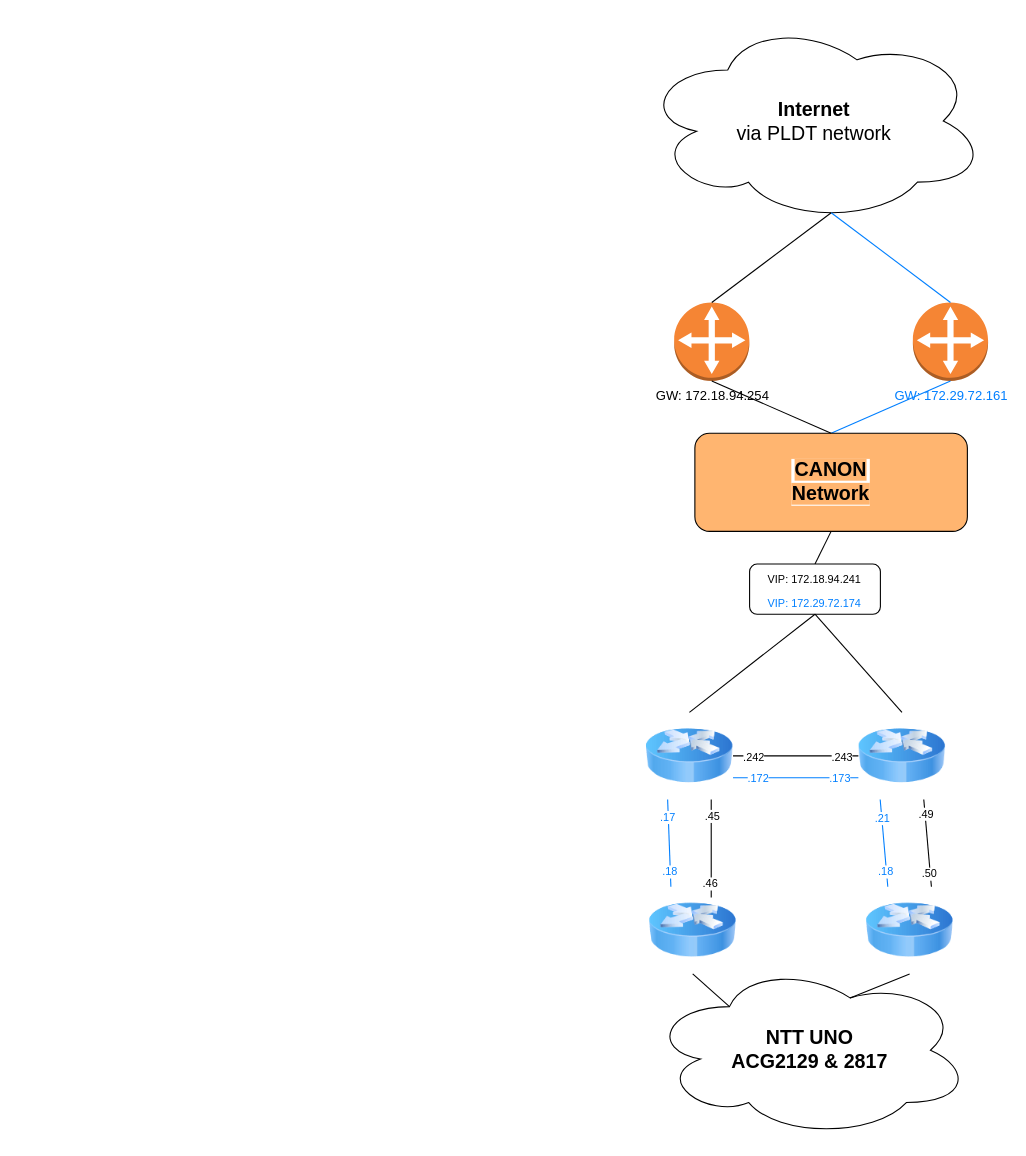
The draw.io diagram Canon-mind draw-topology.drawio in henry1212/henry1212.github.io, before the edit. Source tidied: cells renumbered, new cells numbered last; positions are measured from the earlier drawing's top-left corner, leaving out a move shared by most shapes. Both pictures are drawn from the tidied source at 109%, with x=0, y=0 at pixel (641, 19).
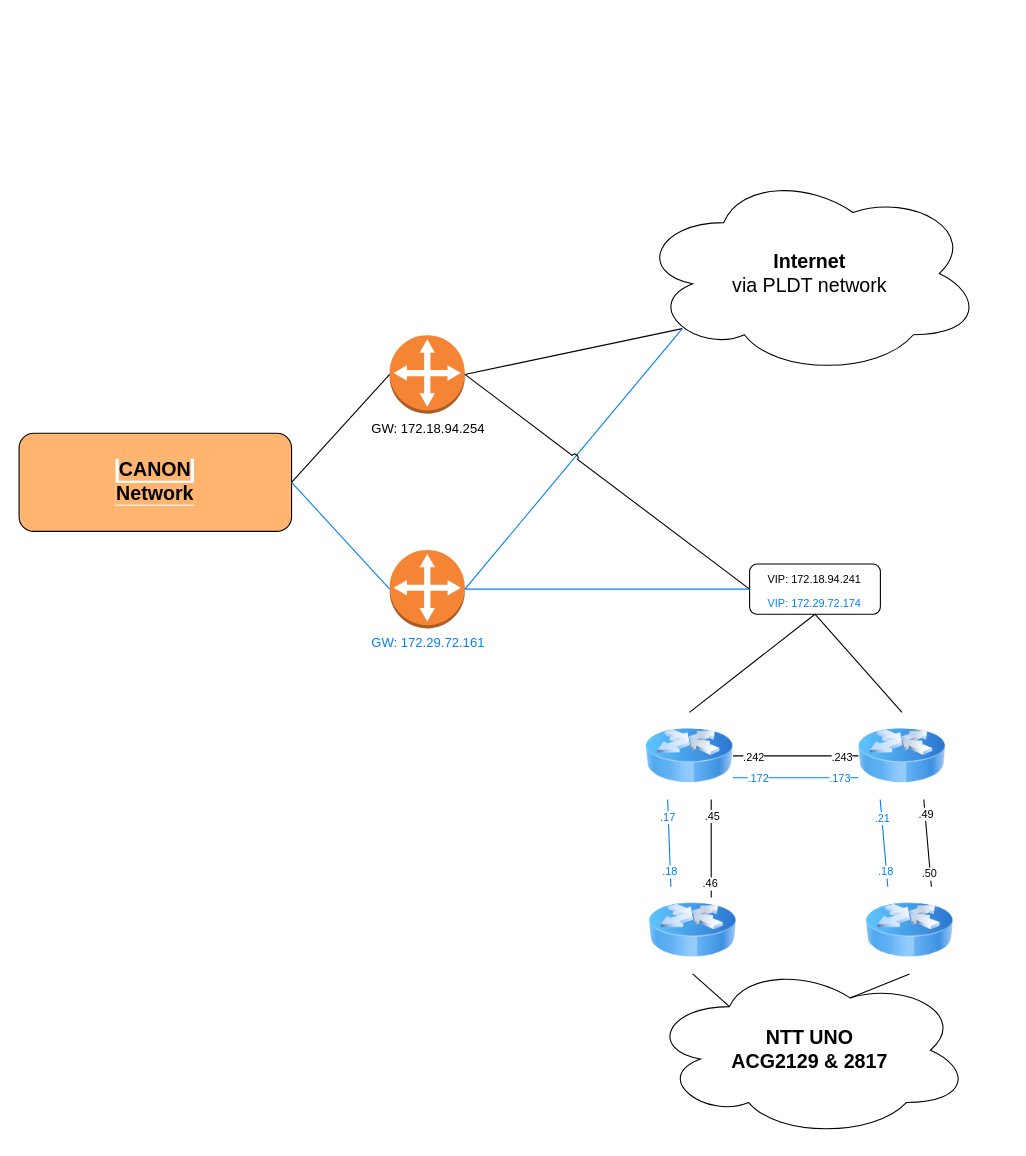
After the change.

The change refers to these unchanged cells:
```xml
<mxCell id="12" value="&lt;font style=&quot;font-size: 10px;&quot;&gt;VIP: 172.18.94.241&lt;br&gt;&lt;font color=&quot;#007fff&quot;&gt;VIP: 172.29.72.174&lt;/font&gt;&lt;br&gt;&lt;/font&gt;" style="rounded=1;whiteSpace=wrap;html=1;labelBackgroundColor=#FFFFFF;fontSize=18;fontColor=#000000;" parent="1" vertex="1">
  <mxGeometry x="99.2" y="500" width="120" height="46" as="geometry" />
</mxCell>
```

The edit, as a diff of the source:
```diff
@@
     <mxCell id="2" value="&lt;font style=&quot;font-size: 18px;&quot;&gt;&lt;b&gt;Internet&lt;/b&gt;&lt;br&gt;via PLDT network&lt;br&gt;&lt;/font&gt;" style="ellipse;shape=cloud;whiteSpace=wrap;html=1;" parent="1" vertex="1">
-      <mxGeometry width="316.5" height="187" as="geometry" />
+      <mxGeometry x="-3.7" y="140" width="316.5" height="187" as="geometry" />
     </mxCell>
@@
     <mxCell id="8" value="GW:&amp;nbsp;172.18.94.254" style="outlineConnect=0;dashed=0;verticalLabelPosition=bottom;verticalAlign=top;align=center;html=1;shape=mxgraph.aws3.customer_gateway;fillColor=#F58534;gradientColor=none;" parent="1" vertex="1">
-      <mxGeometry x="30" y="260" width="69" height="72" as="geometry" />
+      <mxGeometry x="-231" y="290" width="69" height="72" as="geometry" />
     </mxCell>
     <mxCell id="9" value="&lt;font style=&quot;background-color: rgb(255, 255, 255);&quot; color=&quot;#007fff&quot;&gt;GW:&amp;nbsp;172.29.72.161&lt;/font&gt;" style="outlineConnect=0;dashed=0;verticalLabelPosition=bottom;verticalAlign=top;align=center;html=1;shape=mxgraph.aws3.customer_gateway;fillColor=#F58534;gradientColor=none;" parent="1" vertex="1">
-      <mxGeometry x="249" y="260" width="69" height="72" as="geometry" />
+      <mxGeometry x="-231" y="487" width="69" height="72" as="geometry" />
     </mxCell>
@@
-    <mxCell id="11" style="edgeStyle=none;rounded=0;jettySize=auto;html=1;strokeColor=#000000;fontSize=10;fontColor=#007FFF;endArrow=none;endFill=0;entryX=0.5;entryY=1;entryDx=0;entryDy=0;exitX=0.5;exitY=0;exitDx=0;exitDy=0;" parent="1" edge="1" source="12" target="15">
-      <mxGeometry relative="1" as="geometry" />
-    </mxCell>
@@
-    <mxCell id="13" style="edgeStyle=none;rounded=0;jettySize=auto;html=1;strokeColor=#007FFF;fontSize=10;fontColor=#007FFF;endArrow=none;endFill=0;entryX=0.5;entryY=1;entryDx=0;entryDy=0;entryPerimeter=0;exitX=0.5;exitY=0;exitDx=0;exitDy=0;" parent="1" edge="1" source="15" target="9">
-      <mxGeometry relative="1" as="geometry" />
-    </mxCell>
-    <mxCell id="14" style="edgeStyle=none;rounded=0;jettySize=auto;html=1;entryX=0.55;entryY=0.95;entryDx=0;entryDy=0;strokeColor=#000000;fontSize=10;fontColor=#007FFF;endArrow=none;endFill=0;entryPerimeter=0;exitX=0.5;exitY=0;exitDx=0;exitDy=0;exitPerimeter=0;" parent="1" edge="1" source="8" target="2">
+    <mxCell id="14" style="edgeStyle=none;rounded=0;jettySize=auto;html=1;entryX=0.13;entryY=0.77;entryDx=0;entryDy=0;strokeColor=#000000;fontSize=10;fontColor=#007FFF;endArrow=none;endFill=0;entryPerimeter=0;exitX=1;exitY=0.5;exitDx=0;exitDy=0;exitPerimeter=0;" parent="1" edge="1" source="8" target="2">
       <mxGeometry relative="1" as="geometry" />
     </mxCell>
     <mxCell id="15" value="&lt;span style=&quot;font-size: 18px; background-color: rgb(255, 181, 112);&quot;&gt;&lt;b&gt;CANON&lt;br&gt;Network&lt;/b&gt;&lt;/span&gt;" style="rounded=1;whiteSpace=wrap;html=1;labelBackgroundColor=#FFFFFF;strokeColor=#000000;fontSize=10;fontColor=#000000;fillColor=#FFB570;" parent="1" vertex="1">
-      <mxGeometry x="49" y="380" width="250" height="90" as="geometry" />
+      <mxGeometry x="-571" y="380" width="250" height="90" as="geometry" />
     </mxCell>
@@
-    <mxCell id="37" style="edgeStyle=none;rounded=0;jettySize=auto;html=1;strokeColor=#007FFF;fontSize=10;fontColor=#007FFF;endArrow=none;endFill=0;exitX=0.5;exitY=0;exitDx=0;exitDy=0;exitPerimeter=0;entryX=0.55;entryY=0.95;entryDx=0;entryDy=0;entryPerimeter=0;" parent="1" edge="1" source="9" target="2">
+    <mxCell id="37" style="edgeStyle=none;rounded=0;jettySize=auto;html=1;strokeColor=#007FFF;fontSize=10;fontColor=#007FFF;endArrow=none;endFill=0;exitX=1;exitY=0.5;exitDx=0;exitDy=0;exitPerimeter=0;entryX=0.13;entryY=0.77;entryDx=0;entryDy=0;entryPerimeter=0;jumpStyle=arc;" parent="1" edge="1" source="9" target="2">
       <mxGeometry relative="1" as="geometry" />
     </mxCell>
+    <mxCell id="39" style="edgeStyle=none;rounded=0;jettySize=auto;html=1;entryX=1;entryY=0.5;entryDx=0;entryDy=0;strokeColor=#000000;fontSize=10;fontColor=#007FFF;endArrow=none;endFill=0;entryPerimeter=0;exitX=0;exitY=0.5;exitDx=0;exitDy=0;jumpStyle=arc;" parent="1" edge="1" source="12" target="8">
+      <mxGeometry relative="1" as="geometry" />
+    </mxCell>
-    <mxCell id="38" style="edgeStyle=none;rounded=0;jettySize=auto;html=1;strokeColor=#000000;fontSize=10;fontColor=#007FFF;endArrow=none;endFill=0;entryX=0.5;entryY=1;entryDx=0;entryDy=0;exitX=0.5;exitY=0;exitDx=0;exitDy=0;entryPerimeter=0;" parent="1" edge="1" source="15" target="8">
+    <mxCell id="38" style="edgeStyle=none;rounded=0;jettySize=auto;html=1;entryX=0;entryY=0.5;entryDx=0;entryDy=0;strokeColor=#000000;fontSize=10;fontColor=#007FFF;endArrow=none;endFill=0;entryPerimeter=0;exitX=1;exitY=0.5;exitDx=0;exitDy=0;" parent="1" edge="1" source="15" target="8">
       <mxGeometry relative="1" as="geometry" />
     </mxCell>
+    <mxCell id="13" style="edgeStyle=none;rounded=0;jettySize=auto;html=1;strokeColor=#007FFF;fontSize=10;fontColor=#007FFF;endArrow=none;endFill=0;exitX=1;exitY=0.5;exitDx=0;exitDy=0;entryX=0;entryY=0.5;entryDx=0;entryDy=0;entryPerimeter=0;" parent="1" edge="1" source="15" target="9">
+      <mxGeometry relative="1" as="geometry" />
+    </mxCell>
+    <mxCell id="40" style="edgeStyle=none;rounded=0;jettySize=auto;html=1;strokeColor=#007FFF;fontSize=10;fontColor=#007FFF;endArrow=none;endFill=0;exitX=1;exitY=0.5;exitDx=0;exitDy=0;exitPerimeter=0;entryX=0;entryY=0.5;entryDx=0;entryDy=0;" parent="1" edge="1" source="9" target="12">
+      <mxGeometry relative="1" as="geometry" />
+    </mxCell>
```
